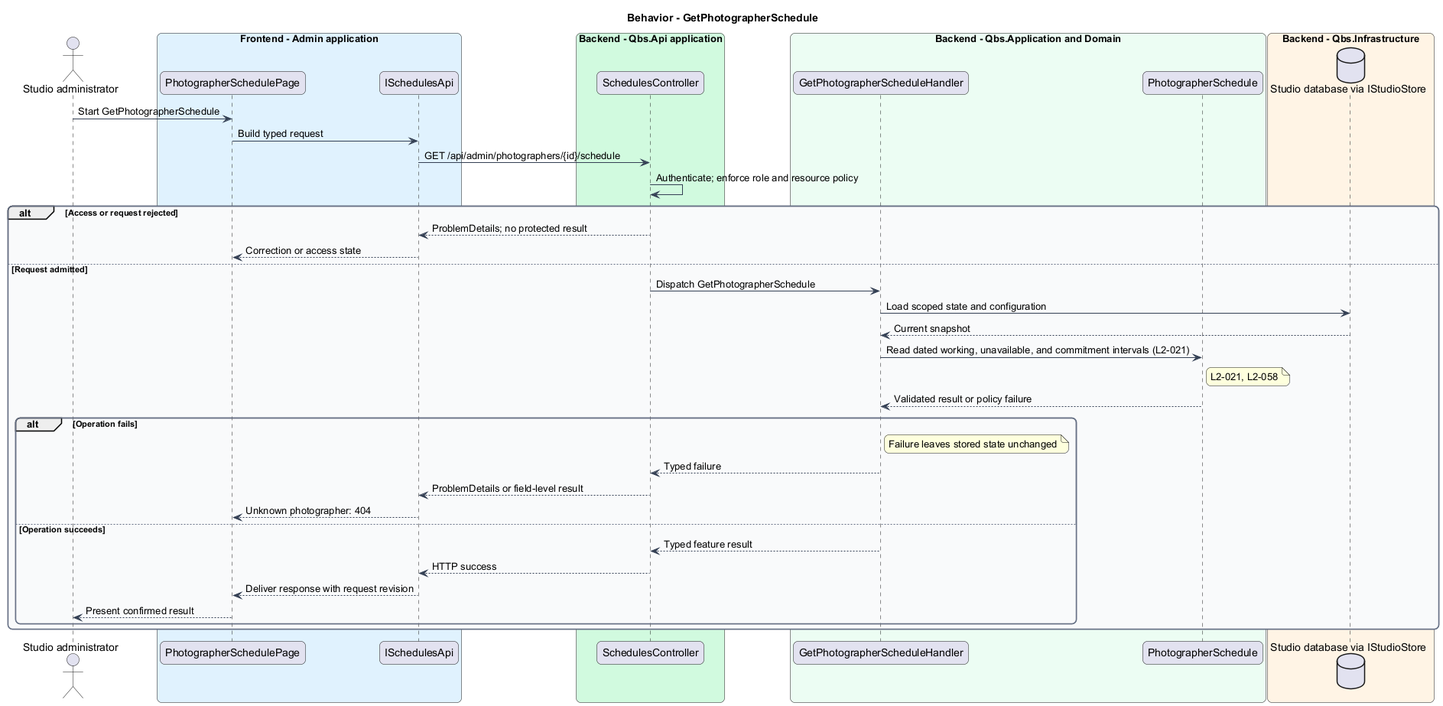
The PlantUML diagram docs/detailed-designs/scheduling/manage-photographer-schedules/diagrams/sequence-get-photographer-schedule.png in QuinntyneBrown/quinntyne-brown-studio, before a commit. Source of this version:
```plantuml
@startuml
skinparam backgroundColor #FFFFFF
skinparam shadowing false
skinparam roundcorner 12
skinparam defaultFontName Arial
skinparam ArrowColor #344054
skinparam rectangle {
  BorderColor #344054
  FontColor #101828
}
skinparam package {
  BorderColor #667085
  FontColor #101828
  BackgroundColor #F9FAFB
}
title Behavior - GetPhotographerSchedule
actor "Studio administrator" as actor
box "Frontend - Admin application" #E0F2FE
 participant "PhotographerSchedulePage" as page
 participant "ISchedulesApi" as client
end box
box "Backend - Qbs.Api application" #D1FADF
 participant "SchedulesController" as controller
end box
box "Backend - Qbs.Application and Domain" #ECFDF3
 participant "GetPhotographerScheduleHandler" as handler
 participant "PhotographerSchedule" as entity
end box
box "Backend - Qbs.Infrastructure" #FFF4E5
 database "Studio database via IStudioStore" as db
end box
actor -> page : Start GetPhotographerSchedule
page -> client : Build typed request
client -> controller : GET /api/admin/photographers/{id}/schedule
controller -> controller : Authenticate; enforce role and resource policy
alt Access or request rejected
controller --> client : ProblemDetails; no protected result
client --> page : Correction or access state
else Request admitted
controller -> handler : Dispatch GetPhotographerSchedule
handler -> db : Load scoped state and configuration
db --> handler : Current snapshot
handler -> entity : Read dated working, unavailable, and commitment intervals (L2-021)
note right of entity
L2-021, L2-058
end note
entity --> handler : Validated result or policy failure
alt Operation fails
note right of handler : Failure leaves stored state unchanged
handler --> controller : Typed failure
controller --> client : ProblemDetails or field-level result
client --> page : Unknown photographer: 404
else Operation succeeds
handler --> controller : Typed feature result
controller --> client : HTTP success
client --> page : Deliver response with request revision
page --> actor : Present confirmed result
end
end
@enduml
```
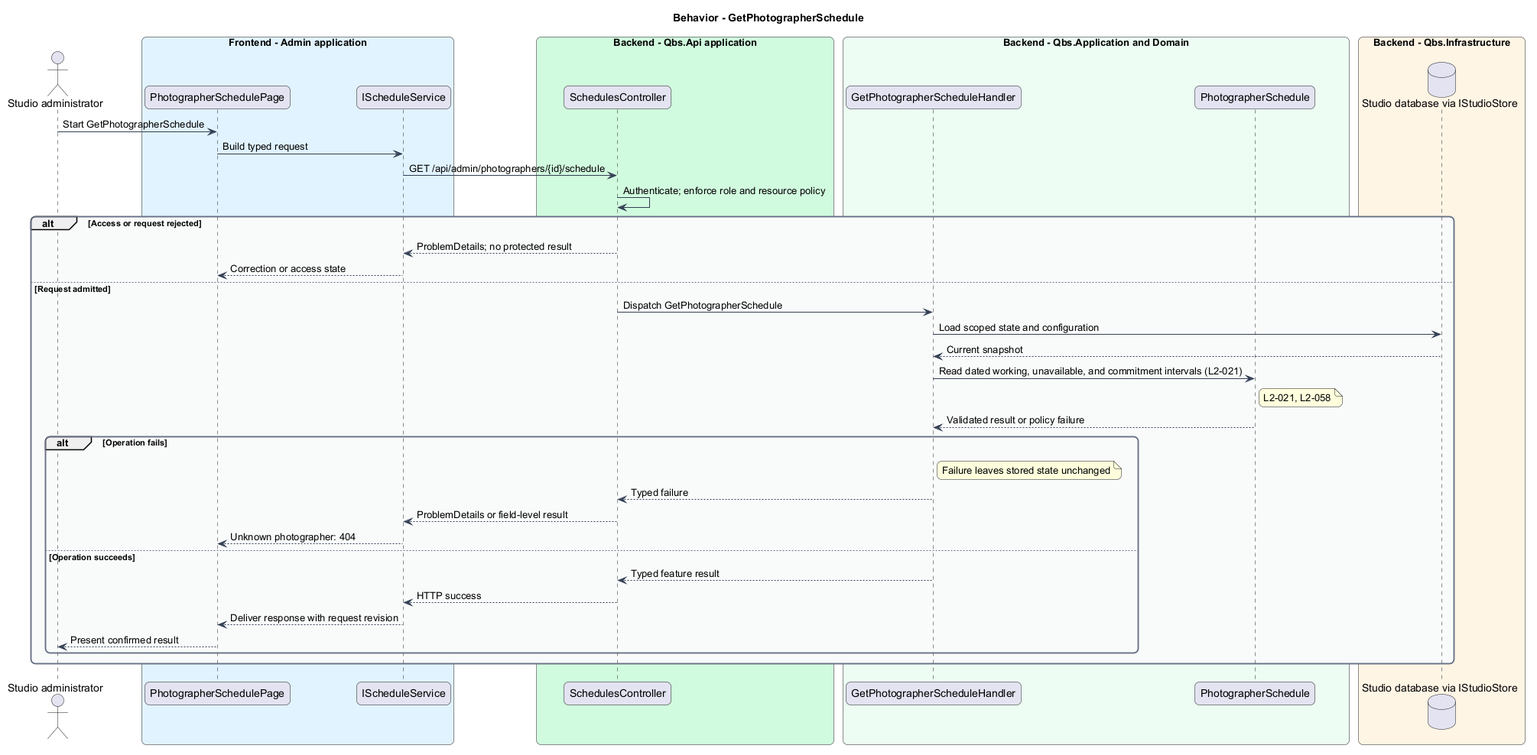
Later version of the same file.

Change to the diagram source:
```diff
@@ -17,7 +17,7 @@
 actor "Studio administrator" as actor
 box "Frontend - Admin application" #E0F2FE
  participant "PhotographerSchedulePage" as page
- participant "ISchedulesApi" as client
+ participant "IScheduleService" as client
 end box
 box "Backend - Qbs.Api application" #D1FADF
  participant "SchedulesController" as controller
```
